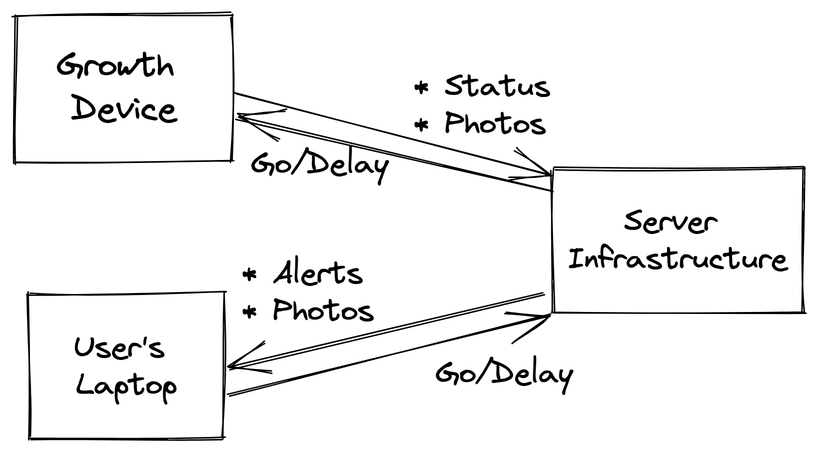
Before: high-level.excalidraw.png, a diagram exported from Excalidraw (alsuren/interview-2022-10-31). Source tidied: one line per element, renumbered; positions are measured from the earlier drawing's top-left corner, leaving out a move shared by most shapes.
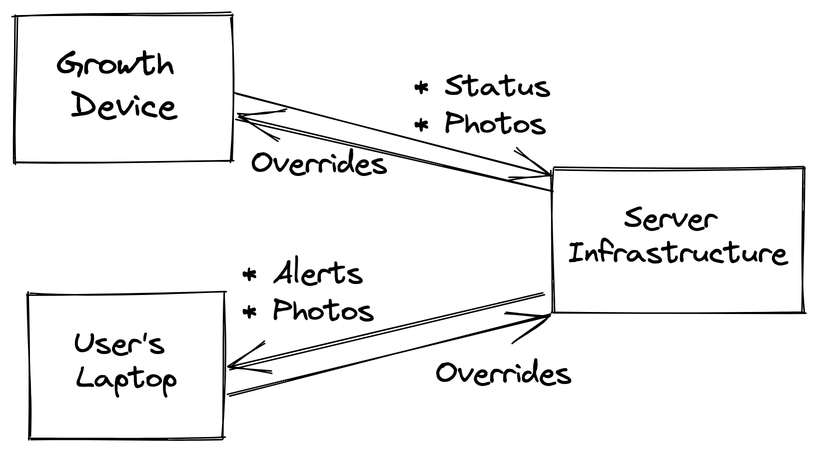
Above is the later version.

The edit, as a diff of the source:
```diff
@@ -3,12 +3,12 @@
 {"id": 2, "type": "rectangle", "strokeColor": "#000000", "strokeWidth": 1, "roughness": 1, "x": 359, "y": 102, "width": 167, "height": 97}
 {"id": 3, "type": "text", "text": "Server \nInfrastructure", "strokeColor": "#000000", "strokeWidth": 1, "roughness": 1, "fontSize": 20, "fontFamily": 1, "textAlign": "center", "verticalAlign": "middle", "inside": 2, "x": 364, "y": 125, "width": 157, "height": 50}
 {"id": 4, "type": "rectangle", "strokeColor": "#000000", "strokeWidth": 1, "roughness": 1, "x": 10, "y": 185, "width": 130, "height": 97}
-{"id": 5, "type": "text", "text": "User's \nLaptop", "strokeColor": "#000000", "strokeWidth": 1, "roughness": 1, "fontSize": 20, "fontFamily": 1, "textAlign": "center", "verticalAlign": "middle", "inside": 4, "x": 39, "y": 209, "width": 72, "height": 50}
+{"id": 5, "type": "text", "text": "User's \nLaptop", "strokeColor": "#000000", "strokeWidth": 1, "roughness": 1, "fontSize": 20, "fontFamily": 1, "textAlign": "center", "verticalAlign": "middle", "inside": 4, "x": 15, "y": 209, "width": 120, "height": 50}
 {"id": 6, "type": "arrow", "strokeColor": "#000000", "strokeWidth": 1, "roughness": 1, "endArrowhead": "arrow", "from": 4, "to": 2, "x": 143, "y": 254, "width": 213, "height": 55, "points": [[0, 0], [213, -55]]}
 {"id": 7, "type": "text", "text": "* Status\n* Photos", "strokeColor": "#000000", "strokeWidth": 1, "roughness": 1, "fontSize": 20.02, "fontFamily": 1, "x": 266, "y": 35, "width": 92, "height": 50}
 {"id": 8, "type": "arrow", "strokeColor": "#000000", "strokeWidth": 1, "roughness": 1, "endArrowhead": "arrow", "from": 2, "to": 0, "x": 358, "y": 117, "width": 210, "height": 47, "points": [[0, 0], [-210, -47]]}
-{"id": 9, "type": "text", "text": "Go/Delay", "strokeColor": "#000000", "strokeWidth": 1, "roughness": 1, "fontSize": 20.02, "fontFamily": 1, "x": 158, "y": 87, "width": 93, "height": 25}
+{"id": 9, "type": "text", "text": "Overrides", "strokeColor": "#000000", "strokeWidth": 1, "roughness": 1, "fontSize": 20.02, "fontFamily": 1, "x": 158, "y": 87, "width": 92, "height": 25}
 {"id": 10, "type": "arrow", "strokeColor": "#000000", "strokeWidth": 1, "roughness": 1, "endArrowhead": "arrow", "from": 2, "to": 4, "x": 353, "y": 187, "width": 209, "height": 49, "points": [[0, 0], [-209, 49]]}
 {"id": 11, "type": "text", "text": "* Alerts\n* Photos", "strokeColor": "#000000", "strokeWidth": 1, "roughness": 1, "fontSize": 20, "fontFamily": 1, "x": 152, "y": 160, "width": 90, "height": 50}
-{"id": 12, "type": "text", "text": "Go/Delay", "strokeColor": "#000000", "strokeWidth": 1, "roughness": 1, "fontSize": 20, "fontFamily": 1, "x": 281, "y": 227, "width": 93, "height": 25}
+{"id": 12, "type": "text", "text": "Overrides", "strokeColor": "#000000", "strokeWidth": 1, "roughness": 1, "fontSize": 20, "fontFamily": 1, "x": 281, "y": 227, "width": 92, "height": 25}
 {"id": 13, "type": "arrow", "strokeColor": "#000000", "strokeWidth": 1, "roughness": 1, "endArrowhead": "arrow", "from": 0, "to": 2, "x": 147, "y": 52, "width": 210, "height": 55, "points": [[0, 0], [210, 55]]}
```
